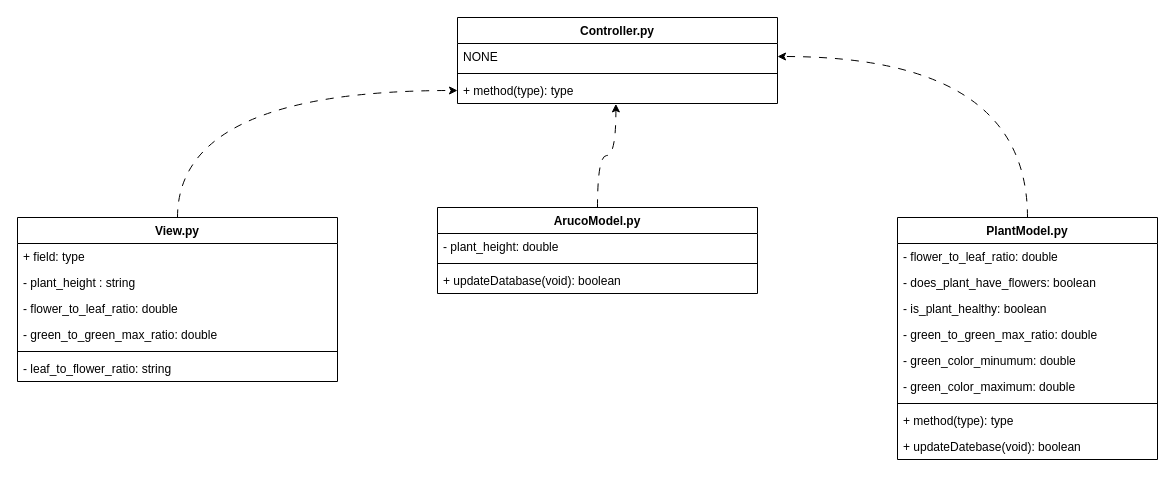
JovanyZepeda/miniature-doodle keeps this draw.io diagram as page "UML" (3 of 3) of docs/block_diagram_flower_growth_tracker.drawio. Above is the earlier version. Source tidied: cells renumbered, new cells numbered last; positions are measured from the earlier drawing's top-left corner, leaving out a move shared by most shapes. Both pictures are drawn from the tidied source at 100%, with x=0, y=0 at pixel (17, 17).
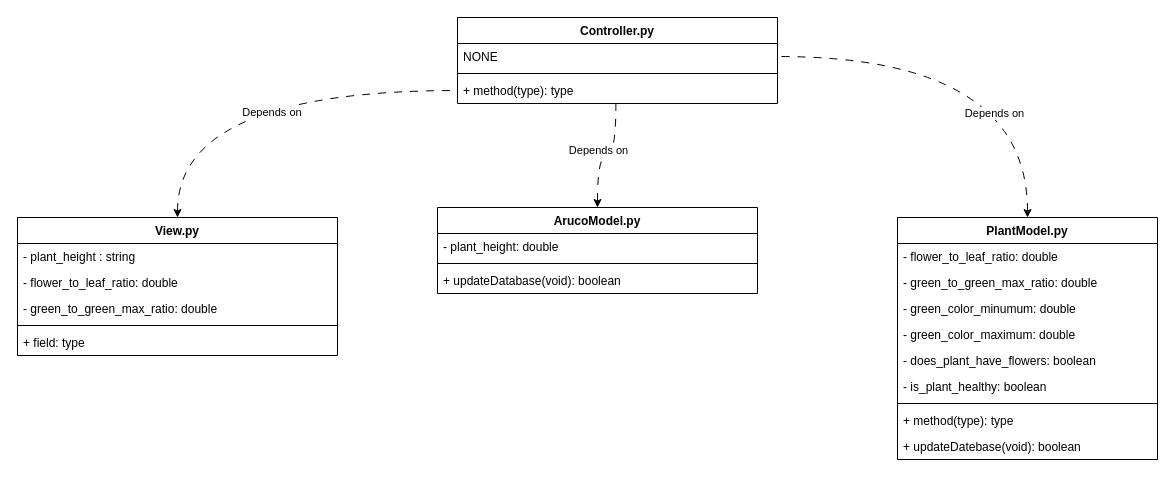
The same page after the edit.

The change refers to these unchanged cells:
```xml
<mxCell id="3" value="ArucoModel.py" style="swimlane;fontStyle=1;align=center;verticalAlign=top;horizontal=1;startSize=26;whiteSpace=wrap;html=1;" parent="1" vertex="1">
  <mxGeometry x="420" y="190" width="320" height="86" as="geometry" />
</mxCell>
<mxCell id="8" value="PlantModel.py" style="swimlane;fontStyle=1;align=center;verticalAlign=top;horizontal=1;startSize=26;whiteSpace=wrap;html=1;" parent="1" vertex="1">
  <mxGeometry x="880" y="200" width="260" height="242" as="geometry" />
</mxCell>
<mxCell id="27" value="NONE" style="text;strokeColor=none;fillColor=none;align=left;verticalAlign=top;spacingLeft=4;spacingRight=4;overflow=hidden;points=[[0,0.5],[1,0.5]];portConstraint=eastwest;whiteSpace=wrap;html=1;" parent="26" vertex="1">
  <mxGeometry y="26" width="320" height="26" as="geometry" />
</mxCell>
<mxCell id="29" value="+ method(type): type" style="text;strokeColor=none;fillColor=none;align=left;verticalAlign=top;spacingLeft=4;spacingRight=4;overflow=hidden;points=[[0,0.5],[1,0.5]];portConstraint=eastwest;whiteSpace=wrap;html=1;" parent="26" vertex="1">
  <mxGeometry y="60" width="320" height="26" as="geometry" />
</mxCell>
```

Diff of the diagram source:
```diff
@@
-    <mxCell id="2" style="edgeStyle=orthogonalEdgeStyle;rounded=0;jettySize=auto;html=1;entryX=0.495;entryY=1.015;entryDx=0;entryDy=0;entryPerimeter=0;dashed=1;dashPattern=8 8;curved=1;" parent="1" edge="1" source="3" target="29">
+    <mxCell id="2" style="edgeStyle=orthogonalEdgeStyle;rounded=0;jettySize=auto;html=1;entryX=0.495;entryY=1.015;entryDx=0;entryDy=0;entryPerimeter=0;dashed=1;dashPattern=8 8;curved=1;endArrow=none;endFill=0;startArrow=classic;startFill=1;" parent="1" edge="1" source="3" target="29">
       <mxGeometry relative="1" as="geometry" />
     </mxCell>
+    <mxCell id="30" value="Depends on" style="edgeLabel;html=1;align=center;verticalAlign=middle;" parent="2" vertex="1">
+      <mxGeometry x="0.25" y="-4" relative="1" as="geometry">
+        <mxPoint x="-22" as="offset" />
+      </mxGeometry>
+    </mxCell>
@@
-    <mxCell id="7" style="edgeStyle=orthogonalEdgeStyle;rounded=0;jettySize=auto;html=1;entryX=1;entryY=0.5;entryDx=0;entryDy=0;dashed=1;dashPattern=8 8;curved=1;" parent="1" edge="1" source="8" target="27">
+    <mxCell id="7" style="edgeStyle=orthogonalEdgeStyle;rounded=0;jettySize=auto;html=1;entryX=1;entryY=0.5;entryDx=0;entryDy=0;dashed=1;dashPattern=8 8;curved=1;endArrow=none;endFill=0;startArrow=classic;startFill=1;" parent="1" edge="1" source="8" target="27">
       <mxGeometry relative="1" as="geometry" />
     </mxCell>
+    <mxCell id="31" value="Depends on" style="edgeLabel;html=1;align=center;verticalAlign=middle;" parent="7" vertex="1">
+      <mxGeometry x="-0.49" y="34" relative="1" as="geometry" />
+    </mxCell>
@@
-    <mxCell id="10" value="- does_plant_have_flowers: boolean" style="text;strokeColor=none;fillColor=none;align=left;verticalAlign=top;spacingLeft=4;spacingRight=4;overflow=hidden;whiteSpace=wrap;html=1;" parent="8" vertex="1">
-      <mxGeometry y="52" width="260" height="26" as="geometry" />
-    </mxCell>
-    <mxCell id="11" value="- is_plant_healthy: boolean" style="text;strokeColor=none;fillColor=none;align=left;verticalAlign=top;spacingLeft=4;spacingRight=4;overflow=hidden;whiteSpace=wrap;html=1;" parent="8" vertex="1">
-      <mxGeometry y="78" width="260" height="26" as="geometry" />
-    </mxCell>
     <mxCell id="12" value="- green_to_green_max_ratio: double" style="text;strokeColor=none;fillColor=none;align=left;verticalAlign=top;spacingLeft=4;spacingRight=4;overflow=hidden;whiteSpace=wrap;html=1;" parent="8" vertex="1">
-      <mxGeometry y="104" width="260" height="26" as="geometry" />
+      <mxGeometry y="52" width="260" height="26" as="geometry" />
     </mxCell>
     <mxCell id="13" value="- green_color_minumum: double" style="text;strokeColor=none;fillColor=none;align=left;verticalAlign=top;spacingLeft=4;spacingRight=4;overflow=hidden;whiteSpace=wrap;html=1;" parent="8" vertex="1">
-      <mxGeometry y="130" width="260" height="26" as="geometry" />
+      <mxGeometry y="78" width="260" height="26" as="geometry" />
     </mxCell>
     <mxCell id="14" value="- green_color_maximum: double" style="text;strokeColor=none;fillColor=none;align=left;verticalAlign=top;spacingLeft=4;spacingRight=4;overflow=hidden;whiteSpace=wrap;html=1;" parent="8" vertex="1">
-      <mxGeometry y="156" width="260" height="26" as="geometry" />
+      <mxGeometry y="104" width="260" height="26" as="geometry" />
     </mxCell>
+    <mxCell id="10" value="- does_plant_have_flowers: boolean" style="text;strokeColor=none;fillColor=none;align=left;verticalAlign=top;spacingLeft=4;spacingRight=4;overflow=hidden;whiteSpace=wrap;html=1;" parent="8" vertex="1">
+      <mxGeometry y="130" width="260" height="26" as="geometry" />
+    </mxCell>
+    <mxCell id="11" value="- is_plant_healthy: boolean" style="text;strokeColor=none;fillColor=none;align=left;verticalAlign=top;spacingLeft=4;spacingRight=4;overflow=hidden;whiteSpace=wrap;html=1;" parent="8" vertex="1">
+      <mxGeometry y="156" width="260" height="26" as="geometry" />
+    </mxCell>
@@
-    <mxCell id="18" style="edgeStyle=orthogonalEdgeStyle;rounded=0;jettySize=auto;html=1;entryX=0;entryY=0.5;entryDx=0;entryDy=0;dashed=1;dashPattern=8 8;curved=1;" parent="1" edge="1" source="19" target="29">
+    <mxCell id="18" style="edgeStyle=orthogonalEdgeStyle;rounded=0;jettySize=auto;html=1;entryX=0;entryY=0.5;entryDx=0;entryDy=0;dashed=1;dashPattern=8 8;curved=1;endArrow=none;endFill=0;startArrow=classic;startFill=1;" parent="1" edge="1" source="19" target="29">
       <mxGeometry relative="1" as="geometry" />
     </mxCell>
+    <mxCell id="32" value="Depends on&amp;nbsp;" style="edgeLabel;html=1;align=center;verticalAlign=middle;" parent="18" vertex="1">
+      <mxGeometry x="0.09" y="-21" relative="1" as="geometry" />
+    </mxCell>
     <mxCell id="19" value="View.py" style="swimlane;fontStyle=1;align=center;verticalAlign=top;horizontal=1;startSize=26;whiteSpace=wrap;html=1;" parent="1" vertex="1">
-      <mxGeometry y="200" width="320" height="164" as="geometry" />
+      <mxGeometry y="200" width="320" height="138" as="geometry" />
     </mxCell>
-    <mxCell id="20" value="+ field: type" style="text;strokeColor=none;fillColor=none;align=left;verticalAlign=top;spacingLeft=4;spacingRight=4;overflow=hidden;whiteSpace=wrap;html=1;" parent="19" vertex="1">
-      <mxGeometry y="26" width="320" height="26" as="geometry" />
-    </mxCell>
     <mxCell id="21" value="- plant_height : string" style="text;strokeColor=none;fillColor=none;align=left;verticalAlign=top;spacingLeft=4;spacingRight=4;overflow=hidden;whiteSpace=wrap;html=1;" parent="19" vertex="1">
-      <mxGeometry y="52" width="320" height="26" as="geometry" />
+      <mxGeometry y="26" width="320" height="26" as="geometry" />
     </mxCell>
     <mxCell id="22" value="- flower_to_leaf_ratio: double" style="text;strokeColor=none;fillColor=none;align=left;verticalAlign=top;spacingLeft=4;spacingRight=4;overflow=hidden;whiteSpace=wrap;html=1;" parent="19" vertex="1">
-      <mxGeometry y="78" width="320" height="26" as="geometry" />
+      <mxGeometry y="52" width="320" height="26" as="geometry" />
     </mxCell>
     <mxCell id="23" value="- green_to_green_max_ratio: double" style="text;strokeColor=none;fillColor=none;align=left;verticalAlign=top;spacingLeft=4;spacingRight=4;overflow=hidden;whiteSpace=wrap;html=1;" parent="19" vertex="1">
-      <mxGeometry y="104" width="320" height="26" as="geometry" />
+      <mxGeometry y="78" width="320" height="26" as="geometry" />
     </mxCell>
     <mxCell id="24" style="line;strokeWidth=1;fillColor=none;align=left;verticalAlign=middle;spacingTop=-1;spacingLeft=3;spacingRight=3;labelPosition=right;strokeColor=inherit;" parent="19" vertex="1">
-      <mxGeometry y="130" width="320" height="8" as="geometry" />
+      <mxGeometry y="104" width="320" height="8" as="geometry" />
     </mxCell>
-    <mxCell id="25" value="- leaf_to_flower_ratio: string" style="text;strokeColor=none;fillColor=none;align=left;verticalAlign=top;spacingLeft=4;spacingRight=4;overflow=hidden;whiteSpace=wrap;html=1;" parent="19" vertex="1">
-      <mxGeometry y="138" width="320" height="26" as="geometry" />
-    </mxCell>
+    <mxCell id="20" value="+ field: type" style="text;strokeColor=none;fillColor=none;align=left;verticalAlign=top;spacingLeft=4;spacingRight=4;overflow=hidden;whiteSpace=wrap;html=1;" parent="19" vertex="1">
+      <mxGeometry y="112" width="320" height="26" as="geometry" />
+    </mxCell>
```
